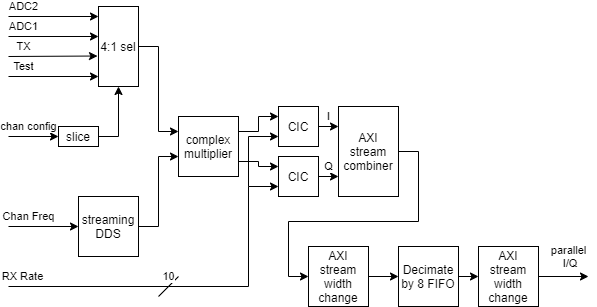
Before: FPGA/documentation/RX channel.png, a diagram exported from draw.io (laurencebarker/Saturn). Source tidied: cells renumbered, new cells last; positions are measured from the earlier drawing's top-left corner, leaving out a move shared by most shapes. The source it was exported from:
```xml
<mxGraphModel>
  <root>
    <mxCell id="0" />
    <mxCell id="1" parent="0" />
    <mxCell id="2" style="edgeStyle=orthogonalEdgeStyle;rounded=0;jettySize=auto;html=1;exitX=1;exitY=0.5;exitDx=0;exitDy=0;entryX=0;entryY=0.25;entryDx=0;entryDy=0;startArrow=none;startFill=0;endArrow=classic;endFill=1;" parent="1" edge="1" source="3" target="11">
      <mxGeometry relative="1" as="geometry">
        <Array as="points">
          <mxPoint x="150" y="40" />
          <mxPoint x="150" y="125" />
        </Array>
      </mxGeometry>
    </mxCell>
    <mxCell id="3" value="4:1 sel" style="rounded=0;whiteSpace=wrap;html=1;" parent="1" vertex="1">
      <mxGeometry x="90" width="40" height="80" as="geometry" />
    </mxCell>
    <mxCell id="4" style="edgeStyle=orthogonalEdgeStyle;rounded=0;jettySize=auto;html=1;exitX=1;exitY=0.5;exitDx=0;exitDy=0;entryX=0.5;entryY=1;entryDx=0;entryDy=0;" parent="1" edge="1" source="5" target="3">
      <mxGeometry relative="1" as="geometry" />
    </mxCell>
    <mxCell id="5" value="slice" style="rounded=0;whiteSpace=wrap;html=1;" parent="1" vertex="1">
      <mxGeometry x="50" y="120" width="40" height="20" as="geometry" />
    </mxCell>
    <mxCell id="6" style="edgeStyle=orthogonalEdgeStyle;rounded=0;orthogonalLoop=1;jettySize=auto;html=1;exitX=0.5;exitY=1;exitDx=0;exitDy=0;" parent="1" edge="1" source="5" target="5">
      <mxGeometry relative="1" as="geometry" />
    </mxCell>
    <mxCell id="7" style="edgeStyle=orthogonalEdgeStyle;rounded=0;jettySize=auto;html=1;exitX=1;exitY=0.5;exitDx=0;exitDy=0;entryX=0;entryY=0.667;entryDx=0;entryDy=0;entryPerimeter=0;startArrow=none;startFill=0;endArrow=classic;endFill=1;" parent="1" edge="1" source="8" target="11">
      <mxGeometry relative="1" as="geometry">
        <Array as="points">
          <mxPoint x="150" y="220" />
          <mxPoint x="150" y="150" />
        </Array>
      </mxGeometry>
    </mxCell>
    <mxCell id="8" value="streaming DDS" style="rounded=0;whiteSpace=wrap;html=1;" parent="1" vertex="1">
      <mxGeometry x="70" y="190" width="60" height="60" as="geometry" />
    </mxCell>
    <mxCell id="9" style="edgeStyle=orthogonalEdgeStyle;rounded=0;jettySize=auto;html=1;exitX=1;exitY=0.25;exitDx=0;exitDy=0;entryX=0;entryY=0.25;entryDx=0;entryDy=0;startArrow=none;startFill=0;endArrow=classic;endFill=1;" parent="1" edge="1" source="11" target="14">
      <mxGeometry relative="1" as="geometry" />
    </mxCell>
    <mxCell id="10" style="edgeStyle=orthogonalEdgeStyle;rounded=0;jettySize=auto;html=1;exitX=1;exitY=0.75;exitDx=0;exitDy=0;entryX=0;entryY=0.25;entryDx=0;entryDy=0;startArrow=none;startFill=0;endArrow=classic;endFill=1;" parent="1" edge="1" source="11" target="17">
      <mxGeometry relative="1" as="geometry" />
    </mxCell>
    <mxCell id="11" value="complex multiplier" style="rounded=0;whiteSpace=wrap;html=1;" parent="1" vertex="1">
      <mxGeometry x="170" y="110" width="60" height="60" as="geometry" />
    </mxCell>
    <mxCell id="12" value="I" style="edgeStyle=orthogonalEdgeStyle;rounded=0;jettySize=auto;html=1;exitX=1;exitY=0.5;exitDx=0;exitDy=0;" parent="1" edge="1" source="14">
      <mxGeometry y="10" relative="1" as="geometry">
        <mxPoint x="330" y="120" as="targetPoint" />
      </mxGeometry>
    </mxCell>
    <mxCell id="13" style="edgeStyle=orthogonalEdgeStyle;rounded=0;jettySize=auto;html=1;exitX=0;exitY=0.75;exitDx=0;exitDy=0;startArrow=classic;startFill=1;endArrow=none;endFill=0;" parent="1" edge="1" source="14">
      <mxGeometry relative="1" as="geometry">
        <mxPoint x="240" y="180" as="targetPoint" />
      </mxGeometry>
    </mxCell>
    <mxCell id="14" value="CIC" style="rounded=0;whiteSpace=wrap;html=1;" parent="1" vertex="1">
      <mxGeometry x="270" y="100" width="40" height="40" as="geometry" />
    </mxCell>
    <mxCell id="15" value="Q" style="edgeStyle=orthogonalEdgeStyle;rounded=0;jettySize=auto;html=1;exitX=1;exitY=0.5;exitDx=0;exitDy=0;" parent="1" edge="1" source="17">
      <mxGeometry y="10" relative="1" as="geometry">
        <mxPoint x="330" y="170" as="targetPoint" />
      </mxGeometry>
    </mxCell>
    <mxCell id="16" value="RX Rate" style="edgeStyle=orthogonalEdgeStyle;rounded=0;jettySize=auto;html=1;exitX=0;exitY=0.75;exitDx=0;exitDy=0;startArrow=classic;startFill=1;endArrow=none;endFill=0;" parent="1" edge="1" source="17">
      <mxGeometry x="0.92" y="-10" relative="1" as="geometry">
        <mxPoint y="280" as="targetPoint" />
        <Array as="points">
          <mxPoint x="240" y="180" />
          <mxPoint x="240" y="280" />
        </Array>
      </mxGeometry>
    </mxCell>
    <mxCell id="17" value="CIC" style="rounded=0;whiteSpace=wrap;html=1;" parent="1" vertex="1">
      <mxGeometry x="270" y="150" width="40" height="40" as="geometry" />
    </mxCell>
    <mxCell id="18" value="ADC2" style="endArrow=classic;html=1;entryX=0;entryY=0.125;entryDx=0;entryDy=0;entryPerimeter=0;" parent="1" edge="1" target="3">
      <mxGeometry x="-0.67" y="10" relative="1" as="geometry">
        <mxPoint y="10" as="sourcePoint" />
      </mxGeometry>
    </mxCell>
    <mxCell id="19" value="ADC1" style="endArrow=classic;html=1;entryX=0;entryY=0.375;entryDx=0;entryDy=0;entryPerimeter=0;" parent="1" edge="1" target="3">
      <mxGeometry x="-0.67" y="10" relative="1" as="geometry">
        <mxPoint y="30" as="sourcePoint" />
      </mxGeometry>
    </mxCell>
    <mxCell id="20" value="TX" style="endArrow=classic;html=1;entryX=-0.025;entryY=0.619;entryDx=0;entryDy=0;entryPerimeter=0;" parent="1" edge="1" target="3">
      <mxGeometry x="-0.66" y="10" relative="1" as="geometry">
        <mxPoint y="50" as="sourcePoint" />
      </mxGeometry>
    </mxCell>
    <mxCell id="21" value="Test" style="endArrow=classic;html=1;entryX=0;entryY=0.875;entryDx=0;entryDy=0;entryPerimeter=0;" parent="1" edge="1" target="3">
      <mxGeometry x="-0.67" y="10" relative="1" as="geometry">
        <mxPoint y="70" as="sourcePoint" />
      </mxGeometry>
    </mxCell>
    <mxCell id="22" value="chan config" style="endArrow=classic;html=1;entryX=0;entryY=0.5;entryDx=0;entryDy=0;" parent="1" edge="1" target="5">
      <mxGeometry x="-0.2" y="10" relative="1" as="geometry">
        <mxPoint y="130" as="sourcePoint" />
      </mxGeometry>
    </mxCell>
    <mxCell id="23" value="Chan Freq" style="endArrow=classic;html=1;entryX=0;entryY=0.5;entryDx=0;entryDy=0;" parent="1" edge="1" target="8">
      <mxGeometry x="-0.43" y="10" relative="1" as="geometry">
        <mxPoint y="220" as="sourcePoint" />
      </mxGeometry>
    </mxCell>
    <mxCell id="24" value="10" style="endArrow=none;html=1;" parent="1" edge="1">
      <mxGeometry x="0.5" y="7" relative="1" as="geometry">
        <mxPoint x="150" y="290" as="sourcePoint" />
        <mxPoint x="170" y="270" as="targetPoint" />
      </mxGeometry>
    </mxCell>
    <mxCell id="25" style="edgeStyle=orthogonalEdgeStyle;rounded=0;jettySize=auto;html=1;exitX=1;exitY=0.5;exitDx=0;exitDy=0;entryX=0;entryY=0.5;entryDx=0;entryDy=0;" parent="1" edge="1" source="26" target="28">
      <mxGeometry relative="1" as="geometry" />
    </mxCell>
    <mxCell id="26" value="AXI stream combiner" style="rounded=0;whiteSpace=wrap;html=1;" parent="1" vertex="1">
      <mxGeometry x="330" y="100" width="60" height="90" as="geometry" />
    </mxCell>
    <mxCell id="27" style="edgeStyle=orthogonalEdgeStyle;rounded=0;jettySize=auto;html=1;exitX=1;exitY=0.5;exitDx=0;exitDy=0;entryX=0;entryY=0.5;entryDx=0;entryDy=0;" parent="1" edge="1" source="28" target="32">
      <mxGeometry relative="1" as="geometry" />
    </mxCell>
    <mxCell id="28" value="AXI stream width change" style="rounded=0;whiteSpace=wrap;html=1;" parent="1" vertex="1">
      <mxGeometry x="300" y="240" width="60" height="60" as="geometry" />
    </mxCell>
    <mxCell id="29" value="parallel&lt;br&gt;&amp;nbsp;I/Q" style="edgeStyle=orthogonalEdgeStyle;rounded=0;jettySize=auto;html=1;exitX=1;exitY=0.5;exitDx=0;exitDy=0;" parent="1" edge="1" source="30">
      <mxGeometry x="0.2" y="20" relative="1" as="geometry">
        <mxPoint x="580" y="270" as="targetPoint" />
      </mxGeometry>
    </mxCell>
    <mxCell id="30" value="AXI stream width change" style="rounded=0;whiteSpace=wrap;html=1;" parent="1" vertex="1">
      <mxGeometry x="470" y="240" width="60" height="60" as="geometry" />
    </mxCell>
    <mxCell id="31" style="edgeStyle=orthogonalEdgeStyle;rounded=0;jettySize=auto;html=1;exitX=1;exitY=0.5;exitDx=0;exitDy=0;entryX=0;entryY=0.5;entryDx=0;entryDy=0;" parent="1" edge="1" source="32" target="30">
      <mxGeometry relative="1" as="geometry" />
    </mxCell>
    <mxCell id="32" value="Decimate by 8 FIFO" style="rounded=0;whiteSpace=wrap;html=1;" parent="1" vertex="1">
      <mxGeometry x="390" y="240" width="60" height="60" as="geometry" />
    </mxCell>
  </root>
</mxGraphModel>
```
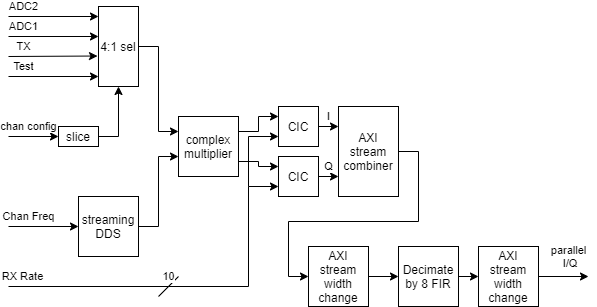
Above is the later version.

What changed in the source:
```diff
@@ -131,7 +131,7 @@
     <mxCell id="31" style="edgeStyle=orthogonalEdgeStyle;rounded=0;jettySize=auto;html=1;exitX=1;exitY=0.5;exitDx=0;exitDy=0;entryX=0;entryY=0.5;entryDx=0;entryDy=0;" parent="1" edge="1" source="32" target="30">
       <mxGeometry relative="1" as="geometry" />
     </mxCell>
-    <mxCell id="32" value="Decimate by 8 FIFO" style="rounded=0;whiteSpace=wrap;html=1;" parent="1" vertex="1">
+    <mxCell id="32" value="Decimate by 8 FIR" style="rounded=0;whiteSpace=wrap;html=1;" parent="1" vertex="1">
       <mxGeometry x="390" y="240" width="60" height="60" as="geometry" />
     </mxCell>
   </root>
```
